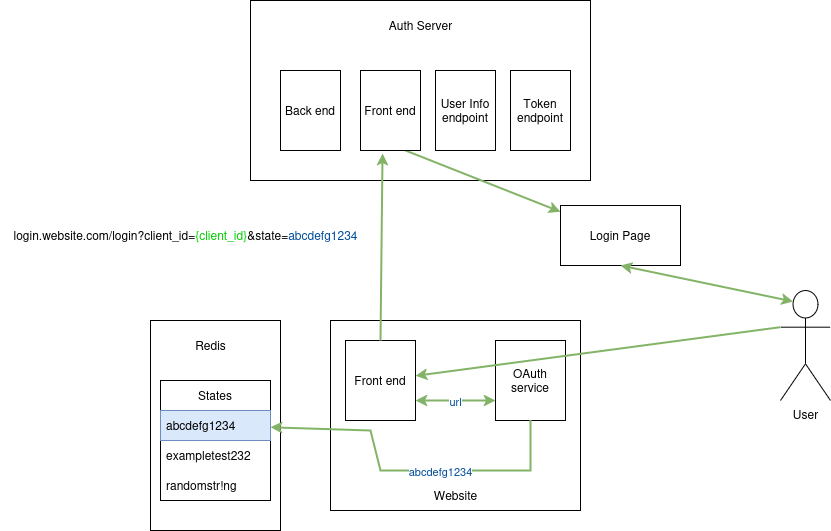
Before: diagrams/oauth_step-1.png, a diagram exported from draw.io (chris-bratti/chrisbratti-website). Source tidied: cells renumbered, new cells last; positions are measured from the earlier drawing's top-left corner, leaving out a move shared by most shapes. The source it was exported from:
```xml
<mxGraphModel>
  <root>
    <mxCell id="0" />
    <mxCell id="1" parent="0" />
    <mxCell id="2" style="rounded=0;whiteSpace=wrap;html=1;" parent="1" vertex="1">
      <mxGeometry x="250" width="340" height="180" as="geometry" />
    </mxCell>
    <mxCell id="3" style="rounded=0;whiteSpace=wrap;html=1;" parent="1" vertex="1">
      <mxGeometry x="330" y="320" width="250" height="190" as="geometry" />
    </mxCell>
    <mxCell id="4" style="rounded=0;whiteSpace=wrap;html=1;" parent="1" vertex="1">
      <mxGeometry x="150" y="320" width="130" height="210" as="geometry" />
    </mxCell>
    <mxCell id="5" value="States" style="swimlane;fontStyle=0;horizontal=1;startSize=30;whiteSpace=wrap;html=1;" parent="1" vertex="1">
      <mxGeometry x="160" y="380" width="110" height="120" as="geometry" />
    </mxCell>
    <mxCell id="6" value="&lt;span style=&quot;color: rgb(0, 0, 0);&quot;&gt;abcdefg1234&lt;/span&gt;" style="text;strokeColor=#6c8ebf;fillColor=#dae8fc;align=left;verticalAlign=middle;spacingLeft=4;spacingRight=4;overflow=hidden;points=[[0,0.5],[1,0.5]];portConstraint=eastwest;whiteSpace=wrap;html=1;" parent="5" vertex="1">
      <mxGeometry y="30" width="110" height="30" as="geometry" />
    </mxCell>
    <mxCell id="7" value="exampletest232" style="text;strokeColor=none;fillColor=none;align=left;verticalAlign=middle;spacingLeft=4;spacingRight=4;overflow=hidden;whiteSpace=wrap;html=1;" parent="5" vertex="1">
      <mxGeometry y="60" width="110" height="30" as="geometry" />
    </mxCell>
    <mxCell id="8" value="randomstr!ng" style="text;strokeColor=none;fillColor=none;align=left;verticalAlign=middle;spacingLeft=4;spacingRight=4;overflow=hidden;whiteSpace=wrap;html=1;" parent="5" vertex="1">
      <mxGeometry y="90" width="110" height="30" as="geometry" />
    </mxCell>
    <mxCell id="9" value="&lt;div&gt;Redis&lt;/div&gt;" style="text;html=1;align=center;verticalAlign=middle;strokeColor=none;fillColor=none;" parent="1" vertex="1">
      <mxGeometry x="185" y="330" width="50" height="30" as="geometry" />
    </mxCell>
    <mxCell id="10" value="User" style="shape=umlActor;verticalLabelPosition=bottom;verticalAlign=top;html=1;outlineConnect=0;" parent="1" vertex="1">
      <mxGeometry x="780" y="290" width="50" height="110" as="geometry" />
    </mxCell>
    <mxCell id="11" value="Front end" style="rounded=0;whiteSpace=wrap;html=1;" parent="1" vertex="1">
      <mxGeometry x="345" y="340" width="70" height="80" as="geometry" />
    </mxCell>
    <mxCell id="12" value="Website" style="text;html=1;align=center;verticalAlign=middle;strokeColor=none;fillColor=none;" parent="1" vertex="1">
      <mxGeometry x="420" y="480" width="70" height="30" as="geometry" />
    </mxCell>
    <mxCell id="13" value="OAuth service" style="rounded=0;whiteSpace=wrap;html=1;" parent="1" vertex="1">
      <mxGeometry x="495" y="340" width="70" height="80" as="geometry" />
    </mxCell>
    <mxCell id="14" style="endArrow=classic;html=1;rounded=0;exitX=0;exitY=0.3333333333333333;exitDx=0;exitDy=0;exitPerimeter=0;strokeWidth=2;fillColor=#d5e8d4;strokeColor=#82b366;" parent="1" edge="1" source="10" target="11">
      <mxGeometry relative="1" as="geometry" />
    </mxCell>
    <mxCell id="15" style="endArrow=classic;html=1;rounded=0;exitX=0.5;exitY=0;exitDx=0;exitDy=0;entryX=0.367;entryY=1.038;entryDx=0;entryDy=0;fillColor=#d5e8d4;strokeColor=#82b366;strokeWidth=2;entryPerimeter=0;" parent="1" edge="1" source="11" target="25">
      <mxGeometry relative="1" as="geometry" />
    </mxCell>
    <mxCell id="16" style="endArrow=classic;startArrow=classic;html=1;rounded=0;entryX=0;entryY=0.75;entryDx=0;entryDy=0;exitX=1;exitY=0.75;exitDx=0;exitDy=0;strokeWidth=2;fillColor=#d5e8d4;strokeColor=#82b366;" parent="1" edge="1" source="11" target="13">
      <mxGeometry relative="1" as="geometry" />
    </mxCell>
    <mxCell id="17" value="url" style="edgeLabel;html=1;align=center;verticalAlign=middle;fontColor=#004C99;" parent="16" vertex="1">
      <mxGeometry x="-0.01" relative="1" as="geometry" />
    </mxCell>
    <mxCell id="18" style="endArrow=classic;html=1;rounded=0;exitX=0.5;exitY=1;exitDx=0;exitDy=0;strokeWidth=2;fillColor=#d5e8d4;strokeColor=#82b366;" parent="1" edge="1" source="13" target="6">
      <mxGeometry relative="1" as="geometry">
        <Array as="points">
          <mxPoint x="530" y="470" />
          <mxPoint x="380" y="470" />
          <mxPoint x="370" y="430" />
        </Array>
      </mxGeometry>
    </mxCell>
    <mxCell id="19" value="&lt;div&gt;&lt;span style=&quot;color: rgb(0, 76, 153);&quot;&gt;abcdefg1234&lt;/span&gt;&lt;/div&gt;" style="edgeLabel;html=1;align=center;verticalAlign=middle;" parent="18" vertex="1">
      <mxGeometry relative="1" as="geometry">
        <mxPoint x="30" as="offset" />
      </mxGeometry>
    </mxCell>
    <mxCell id="20" value="login.website.com/login?client_id=&lt;span style=&quot;color: rgb(0, 204, 0);&quot;&gt;{client_id}&lt;/span&gt;&amp;amp;state=&lt;span style=&quot;color: rgb(0, 76, 153);&quot;&gt;abcdefg1234&lt;/span&gt;" style="text;html=1;align=center;verticalAlign=middle;strokeColor=none;fillColor=none;" parent="1" vertex="1">
      <mxGeometry y="220" width="370" height="30" as="geometry" />
    </mxCell>
    <mxCell id="21" style="endArrow=classic;html=1;rounded=0;strokeWidth=2;fillColor=#d5e8d4;strokeColor=#82b366;exitX=0.75;exitY=1;exitDx=0;exitDy=0;" parent="1" edge="1" source="25" target="22">
      <mxGeometry relative="1" as="geometry" />
    </mxCell>
    <mxCell id="22" value="Login Page" style="rounded=0;whiteSpace=wrap;html=1;" parent="1" vertex="1">
      <mxGeometry x="560" y="205" width="120" height="60" as="geometry" />
    </mxCell>
    <mxCell id="23" style="endArrow=classic;startArrow=classic;html=1;rounded=0;entryX=0.5;entryY=1;entryDx=0;entryDy=0;exitX=0.25;exitY=0.1;exitDx=0;exitDy=0;exitPerimeter=0;strokeWidth=2;fillColor=#d5e8d4;strokeColor=#82b366;" parent="1" edge="1" source="10" target="22">
      <mxGeometry relative="1" as="geometry" />
    </mxCell>
    <mxCell id="24" value="Auth Server" style="text;html=1;align=center;verticalAlign=middle;strokeColor=none;fillColor=none;" parent="1" vertex="1">
      <mxGeometry x="375" y="10" width="90" height="30" as="geometry" />
    </mxCell>
    <mxCell id="25" value="Front end" style="rounded=0;whiteSpace=wrap;html=1;" parent="1" vertex="1">
      <mxGeometry x="360" y="70" width="60" height="80" as="geometry" />
    </mxCell>
    <mxCell id="26" value="Token endpoint" style="rounded=0;whiteSpace=wrap;html=1;" parent="1" vertex="1">
      <mxGeometry x="510" y="70" width="60" height="80" as="geometry" />
    </mxCell>
    <mxCell id="27" value="User Info endpoint" style="rounded=0;whiteSpace=wrap;html=1;" parent="1" vertex="1">
      <mxGeometry x="435" y="70" width="60" height="80" as="geometry" />
    </mxCell>
    <mxCell id="28" value="Back end" style="rounded=0;whiteSpace=wrap;html=1;" parent="1" vertex="1">
      <mxGeometry x="280" y="70" width="60" height="80" as="geometry" />
    </mxCell>
  </root>
</mxGraphModel>
```
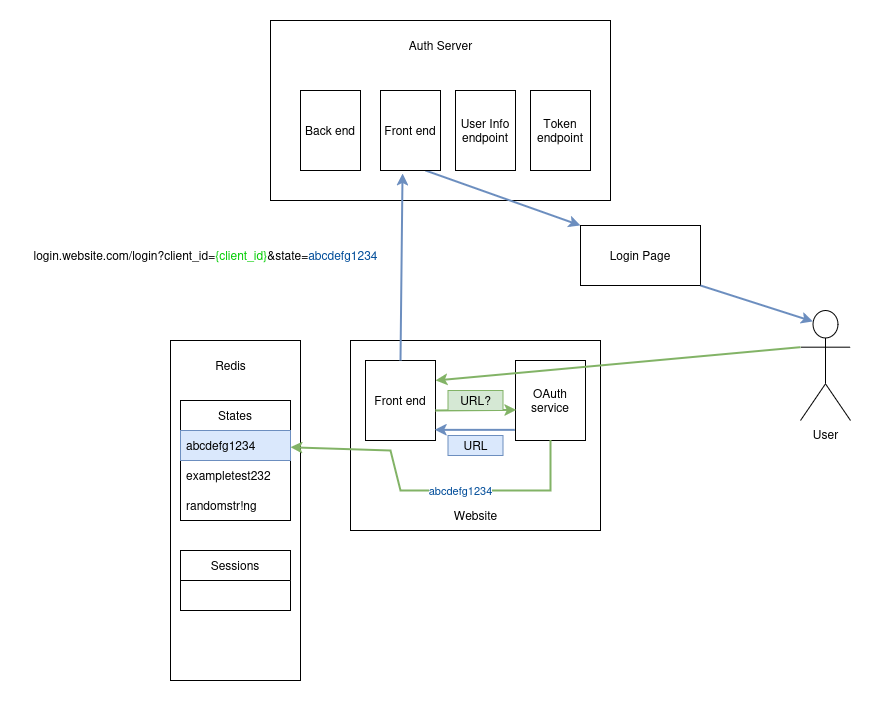
The same file after the commit.

The edit, as a diff of the source:
```diff
@@ -9,7 +9,7 @@
       <mxGeometry x="330" y="320" width="250" height="190" as="geometry" />
     </mxCell>
     <mxCell id="4" style="rounded=0;whiteSpace=wrap;html=1;" parent="1" vertex="1">
-      <mxGeometry x="150" y="320" width="130" height="210" as="geometry" />
+      <mxGeometry x="150" y="320" width="130" height="340" as="geometry" />
     </mxCell>
     <mxCell id="5" value="States" style="swimlane;fontStyle=0;horizontal=1;startSize=30;whiteSpace=wrap;html=1;" parent="1" vertex="1">
       <mxGeometry x="160" y="380" width="110" height="120" as="geometry" />
@@ -38,18 +38,12 @@
     <mxCell id="13" value="OAuth service" style="rounded=0;whiteSpace=wrap;html=1;" parent="1" vertex="1">
       <mxGeometry x="495" y="340" width="70" height="80" as="geometry" />
     </mxCell>
-    <mxCell id="14" style="endArrow=classic;html=1;rounded=0;exitX=0;exitY=0.3333333333333333;exitDx=0;exitDy=0;exitPerimeter=0;strokeWidth=2;fillColor=#d5e8d4;strokeColor=#82b366;" parent="1" edge="1" source="10" target="11">
+    <mxCell id="14" style="endArrow=classic;html=1;rounded=0;exitX=0;exitY=0.3333333333333333;exitDx=0;exitDy=0;exitPerimeter=0;strokeWidth=2;fillColor=#d5e8d4;strokeColor=#82b366;entryX=1;entryY=0.25;entryDx=0;entryDy=0;" parent="1" edge="1" source="10" target="11">
       <mxGeometry relative="1" as="geometry" />
     </mxCell>
-    <mxCell id="15" style="endArrow=classic;html=1;rounded=0;exitX=0.5;exitY=0;exitDx=0;exitDy=0;entryX=0.367;entryY=1.038;entryDx=0;entryDy=0;fillColor=#d5e8d4;strokeColor=#82b366;strokeWidth=2;entryPerimeter=0;" parent="1" edge="1" source="11" target="25">
+    <mxCell id="15" style="endArrow=classic;html=1;rounded=0;exitX=0.5;exitY=0;exitDx=0;exitDy=0;entryX=0.367;entryY=1.038;entryDx=0;entryDy=0;fillColor=#dae8fc;strokeColor=#6c8ebf;strokeWidth=2;entryPerimeter=0;" parent="1" edge="1" source="11" target="25">
       <mxGeometry relative="1" as="geometry" />
     </mxCell>
-    <mxCell id="16" style="endArrow=classic;startArrow=classic;html=1;rounded=0;entryX=0;entryY=0.75;entryDx=0;entryDy=0;exitX=1;exitY=0.75;exitDx=0;exitDy=0;strokeWidth=2;fillColor=#d5e8d4;strokeColor=#82b366;" parent="1" edge="1" source="11" target="13">
-      <mxGeometry relative="1" as="geometry" />
-    </mxCell>
-    <mxCell id="17" value="url" style="edgeLabel;html=1;align=center;verticalAlign=middle;fontColor=#004C99;" parent="16" vertex="1">
-      <mxGeometry x="-0.01" relative="1" as="geometry" />
-    </mxCell>
     <mxCell id="18" style="endArrow=classic;html=1;rounded=0;exitX=0.5;exitY=1;exitDx=0;exitDy=0;strokeWidth=2;fillColor=#d5e8d4;strokeColor=#82b366;" parent="1" edge="1" source="13" target="6">
       <mxGeometry relative="1" as="geometry">
         <Array as="points">
@@ -67,15 +61,12 @@
     <mxCell id="20" value="login.website.com/login?client_id=&lt;span style=&quot;color: rgb(0, 204, 0);&quot;&gt;{client_id}&lt;/span&gt;&amp;amp;state=&lt;span style=&quot;color: rgb(0, 76, 153);&quot;&gt;abcdefg1234&lt;/span&gt;" style="text;html=1;align=center;verticalAlign=middle;strokeColor=none;fillColor=none;" parent="1" vertex="1">
       <mxGeometry y="220" width="370" height="30" as="geometry" />
     </mxCell>
-    <mxCell id="21" style="endArrow=classic;html=1;rounded=0;strokeWidth=2;fillColor=#d5e8d4;strokeColor=#82b366;exitX=0.75;exitY=1;exitDx=0;exitDy=0;" parent="1" edge="1" source="25" target="22">
+    <mxCell id="21" style="endArrow=classic;html=1;rounded=0;strokeWidth=2;fillColor=#dae8fc;strokeColor=#6c8ebf;exitX=0.75;exitY=1;exitDx=0;exitDy=0;entryX=0;entryY=0;entryDx=0;entryDy=0;" parent="1" edge="1" source="25" target="22">
       <mxGeometry relative="1" as="geometry" />
     </mxCell>
     <mxCell id="22" value="Login Page" style="rounded=0;whiteSpace=wrap;html=1;" parent="1" vertex="1">
       <mxGeometry x="560" y="205" width="120" height="60" as="geometry" />
     </mxCell>
-    <mxCell id="23" style="endArrow=classic;startArrow=classic;html=1;rounded=0;entryX=0.5;entryY=1;entryDx=0;entryDy=0;exitX=0.25;exitY=0.1;exitDx=0;exitDy=0;exitPerimeter=0;strokeWidth=2;fillColor=#d5e8d4;strokeColor=#82b366;" parent="1" edge="1" source="10" target="22">
-      <mxGeometry relative="1" as="geometry" />
-    </mxCell>
     <mxCell id="24" value="Auth Server" style="text;html=1;align=center;verticalAlign=middle;strokeColor=none;fillColor=none;" parent="1" vertex="1">
       <mxGeometry x="375" y="10" width="90" height="30" as="geometry" />
     </mxCell>
@@ -91,5 +82,25 @@
     <mxCell id="28" value="Back end" style="rounded=0;whiteSpace=wrap;html=1;" parent="1" vertex="1">
       <mxGeometry x="280" y="70" width="60" height="80" as="geometry" />
     </mxCell>
+    <mxCell id="29" style="endArrow=classic;html=1;rounded=0;entryX=0.01;entryY=0.617;entryDx=0;entryDy=0;entryPerimeter=0;strokeWidth=2;fillColor=#d5e8d4;strokeColor=#82b366;" parent="1" edge="1" target="13">
+      <mxGeometry relative="1" as="geometry">
+        <mxPoint x="415" y="390" as="sourcePoint" />
+      </mxGeometry>
+    </mxCell>
+    <mxCell id="30" style="endArrow=classic;html=1;rounded=0;exitX=-0.01;exitY=0.867;exitDx=0;exitDy=0;exitPerimeter=0;entryX=0.99;entryY=0.867;entryDx=0;entryDy=0;entryPerimeter=0;fillColor=#dae8fc;strokeColor=#6c8ebf;strokeWidth=2;" parent="1" edge="1" source="13" target="11">
+      <mxGeometry relative="1" as="geometry" />
+    </mxCell>
+    <mxCell id="31" value="URL?" style="rounded=0;whiteSpace=wrap;html=1;fillColor=#d5e8d4;strokeColor=#82b366;" parent="1" vertex="1">
+      <mxGeometry x="427.5" y="370" width="55" height="20" as="geometry" />
+    </mxCell>
+    <mxCell id="32" value="&lt;div&gt;URL&lt;/div&gt;" style="rounded=0;whiteSpace=wrap;html=1;fillColor=#dae8fc;strokeColor=#6c8ebf;" parent="1" vertex="1">
+      <mxGeometry x="427.5" y="415" width="55" height="20" as="geometry" />
+    </mxCell>
+    <mxCell id="33" style="endArrow=classic;html=1;rounded=0;exitX=1;exitY=1;exitDx=0;exitDy=0;entryX=0.25;entryY=0.1;entryDx=0;entryDy=0;entryPerimeter=0;fillColor=#dae8fc;strokeColor=#6c8ebf;strokeWidth=2;" parent="1" edge="1" source="22" target="10">
+      <mxGeometry relative="1" as="geometry" />
+    </mxCell>
+    <mxCell id="34" value="Sessions" style="swimlane;fontStyle=0;horizontal=1;startSize=30;whiteSpace=wrap;html=1;" parent="1" vertex="1">
+      <mxGeometry x="160" y="530" width="110" height="60" as="geometry" />
+    </mxCell>
   </root>
 </mxGraphModel>
```
